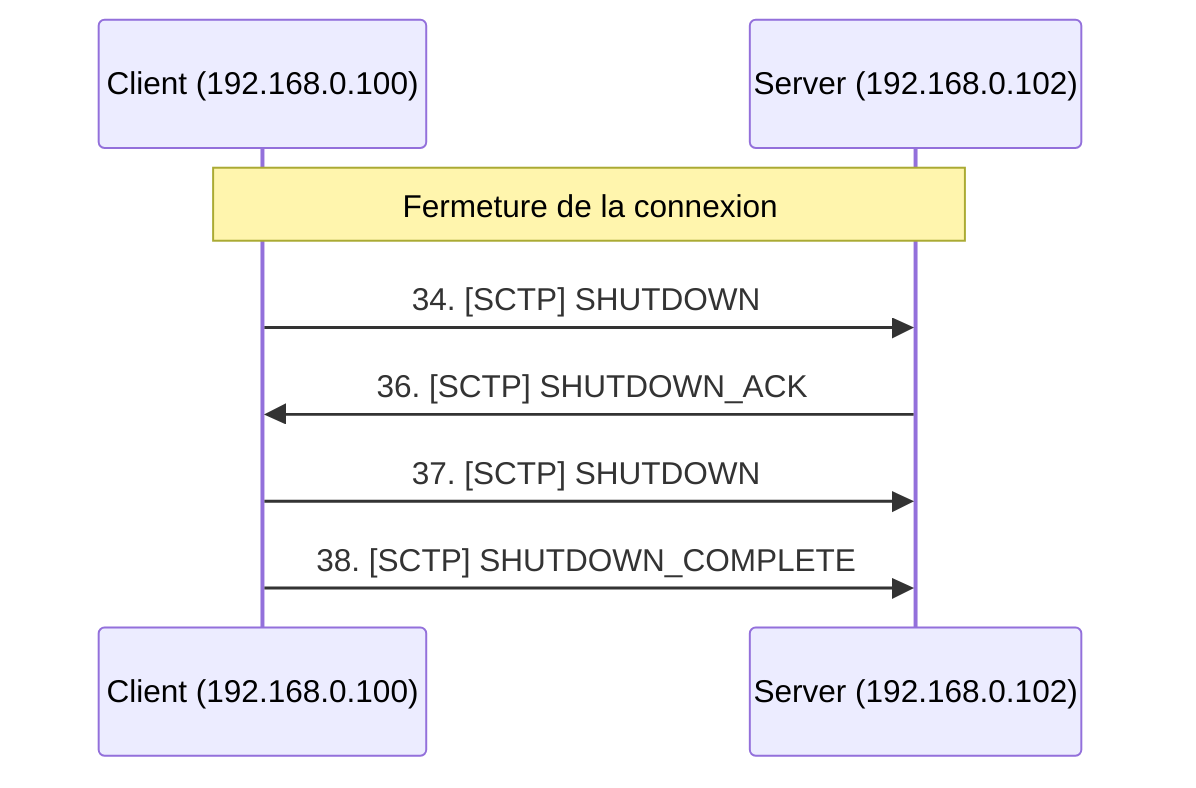
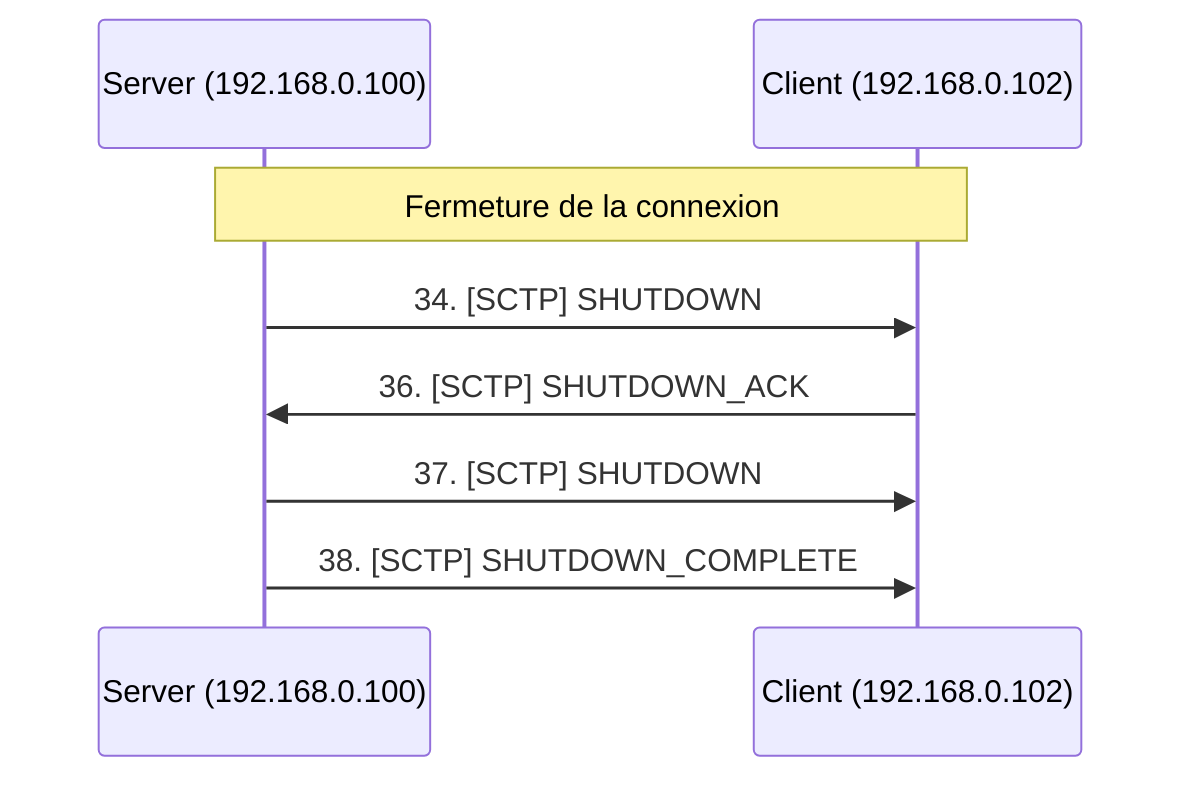
sequenceDiagram
-     participant B as Client (192.168.0.100)
-     participant C as Server (192.168.0.102)
+     participant B as Server (192.168.0.100)
+     participant C as Client (192.168.0.102)

    Note over B, C: Fermeture de la connexion
    B->>C: 34. [SCTP] SHUTDOWN
    C->>B: 36. [SCTP] SHUTDOWN_ACK
    B->>C: 37. [SCTP] SHUTDOWN
    B->>C: 38. [SCTP] SHUTDOWN_COMPLETE
